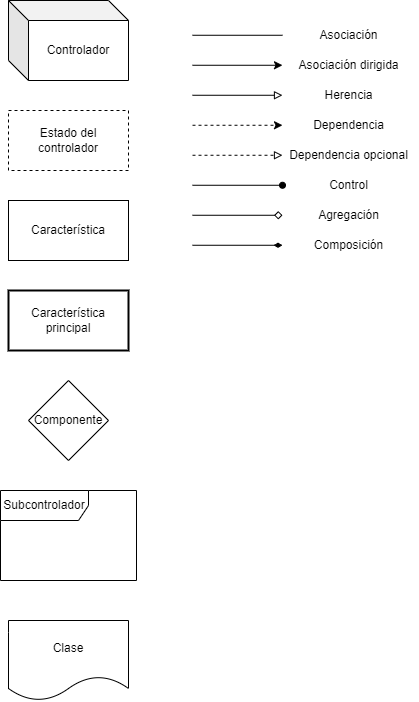
This is Framework/Imágenes/LeyendaJerarquíaKimera.drawio.png from DrPumpKing1/DocumentoFramework, a draw.io export, as it was before one commit. Source tidied: cells renumbered, new cells last; positions are measured from the earlier drawing's top-left corner, leaving out a move shared by most shapes.
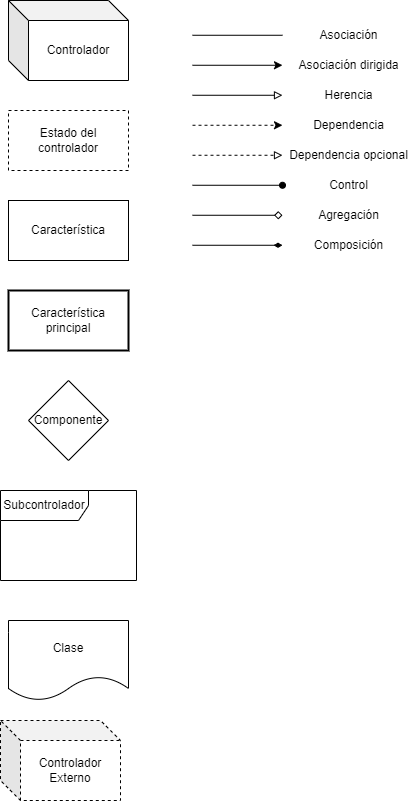
The same file after the commit.

Diff of the diagram source:
```diff
@@ -95,5 +95,8 @@
     <mxCell id="24" value="Clase" style="shape=document;whiteSpace=wrap;html=1;boundedLbl=1;" parent="1" vertex="1">
       <mxGeometry x="8" y="620" width="120" height="80" as="geometry" />
     </mxCell>
+    <mxCell id="25" value="Controlador&lt;div&gt;Externo&lt;/div&gt;" style="shape=cube;whiteSpace=wrap;html=1;boundedLbl=1;backgroundOutline=1;darkOpacity=0.05;darkOpacity2=0.1;dashed=1;" parent="1" vertex="1">
+      <mxGeometry y="720" width="120" height="80" as="geometry" />
+    </mxCell>
   </root>
 </mxGraphModel>
```
